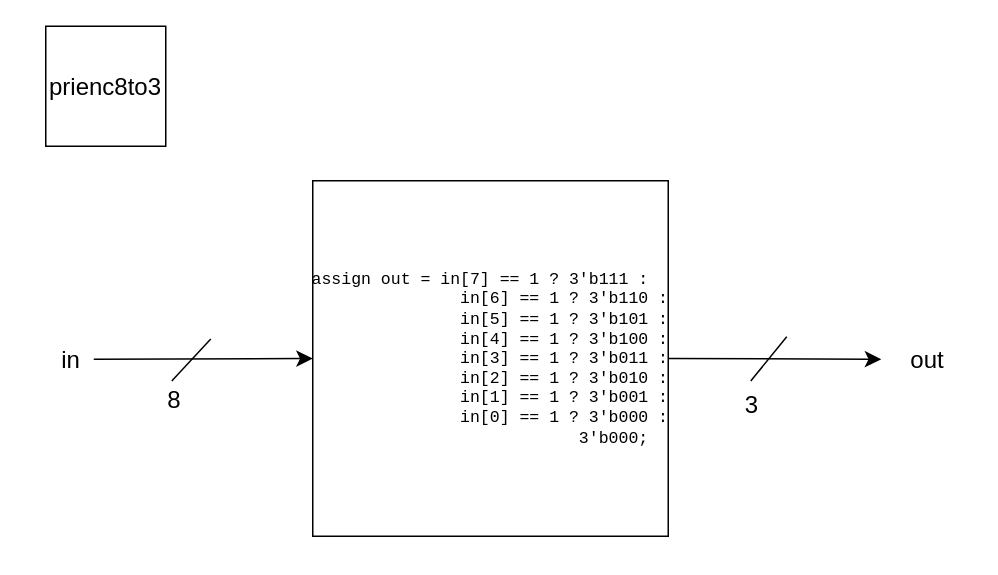
This is page "prienc8to3" (3 of 8) of drummachine.drawio from yasmiins/fpgadm, a draw.io file, before an edit. Source tidied: cells renumbered, new cells numbered last; positions are measured from the earlier drawing's top-left corner, leaving out a move shared by most shapes. Both pictures are drawn from the tidied source at 150%, with x=0, y=0 at pixel (26, 26).
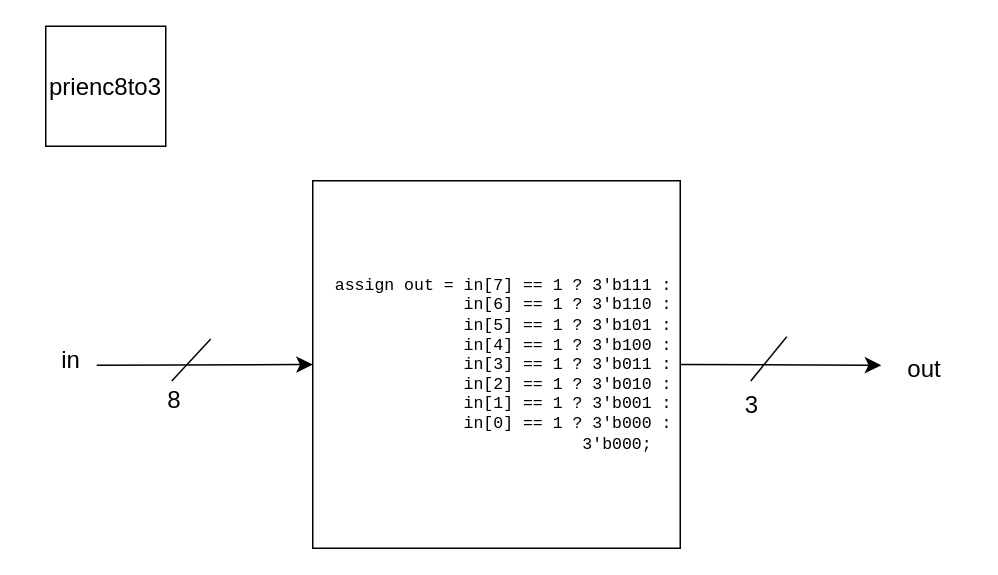
After the change.

What changed in the source:
```diff
@@
 <mxGraphModel>
   <root>
     <mxCell id="0" />
     <mxCell id="1" parent="0" />
     <mxCell id="2" value="prienc8to3" style="whiteSpace=wrap;html=1;fontSize=16;" parent="1" vertex="1">
       <mxGeometry x="13" width="80" height="80" as="geometry" />
     </mxCell>
     <mxCell id="3" style="edgeStyle=none;curved=1;rounded=0;jettySize=auto;html=1;fontSize=12;startSize=8;endSize=8;entryX=0;entryY=0.5;entryDx=0;entryDy=0;" parent="1" edge="1" target="5">
       <mxGeometry relative="1" as="geometry">
-        <mxPoint x="45" y="222" as="sourcePoint" />
+        <mxPoint x="47" y="226" as="sourcePoint" />
       </mxGeometry>
     </mxCell>
     <mxCell id="4" style="edgeStyle=none;curved=1;rounded=0;jettySize=auto;html=1;exitX=1;exitY=0.5;exitDx=0;exitDy=0;fontSize=12;startSize=8;endSize=8;" parent="1" edge="1" source="5">
       <mxGeometry relative="1" as="geometry">
-        <mxPoint x="570" y="222" as="targetPoint" />
+        <mxPoint x="570" y="226" as="targetPoint" />
       </mxGeometry>
     </mxCell>
-    <mxCell id="5" value="&lt;pre style=&quot;text-align: start; font-size: 11px;&quot;&gt;&lt;code&gt;assign out = in[7] == 1 ? 3'b111 :&lt;br&gt;               in[6] == 1 ? 3'b110 :&lt;br&gt;               in[5] == 1 ? 3'b101 :&lt;br&gt;               in[4] == 1 ? 3'b100 :&lt;br&gt;               in[3] == 1 ? 3'b011 :&lt;br&gt;               in[2] == 1 ? 3'b010 :&lt;br&gt;               in[1] == 1 ? 3'b001 :&lt;br&gt;               in[0] == 1 ? 3'b000 :&lt;br&gt;                           3'b000; &lt;/code&gt;&lt;/pre&gt;" style="whiteSpace=wrap;html=1;fontSize=16;" parent="1" vertex="1">
-      <mxGeometry x="191" y="103" width="237" height="237" as="geometry" />
+    <mxCell id="5" value="&lt;pre style=&quot;font-size: 11px;&quot;&gt;&lt;code&gt;  assign out = in[7] == 1 ? 3'b111 :&lt;br&gt;               in[6] == 1 ? 3'b110 :&lt;br&gt;               in[5] == 1 ? 3'b101 :&lt;br&gt;               in[4] == 1 ? 3'b100 :&lt;br&gt;               in[3] == 1 ? 3'b011 :&lt;br&gt;               in[2] == 1 ? 3'b010 :&lt;br&gt;               in[1] == 1 ? 3'b001 :&lt;br&gt;               in[0] == 1 ? 3'b000 :&lt;br&gt;                           3'b000; &lt;/code&gt;&lt;/pre&gt;" style="whiteSpace=wrap;html=1;fontSize=16;align=left;" parent="1" vertex="1">
+      <mxGeometry x="191" y="103" width="245" height="245" as="geometry" />
     </mxCell>
     <mxCell id="6" value="in" style="text;html=1;strokeColor=none;fillColor=none;align=center;verticalAlign=middle;whiteSpace=wrap;rounded=0;fontSize=16;" parent="1" vertex="1">
       <mxGeometry y="206.5" width="60" height="30" as="geometry" />
     </mxCell>
     <mxCell id="7" value="out" style="text;html=1;strokeColor=none;fillColor=none;align=center;verticalAlign=middle;whiteSpace=wrap;rounded=0;fontSize=16;" parent="1" vertex="1">
-      <mxGeometry x="571" y="206.5" width="60" height="30" as="geometry" />
+      <mxGeometry x="569" y="213" width="60" height="30" as="geometry" />
     </mxCell>
     <mxCell id="8" style="endArrow=none;html=1;rounded=0;fontSize=12;startSize=8;endSize=8;curved=1;" parent="1" edge="1">
       <mxGeometry relative="1" as="geometry">
         <mxPoint x="483" y="236.5" as="sourcePoint" />
         <mxPoint x="507" y="207" as="targetPoint" />
       </mxGeometry>
     </mxCell>
     <mxCell id="9" style="endArrow=none;html=1;rounded=0;fontSize=12;startSize=8;endSize=8;curved=1;" parent="1" edge="1">
       <mxGeometry relative="1" as="geometry">
         <mxPoint x="97" y="236.5" as="sourcePoint" />
         <mxPoint x="123" y="208.5" as="targetPoint" />
       </mxGeometry>
     </mxCell>
     <mxCell id="10" value="8" style="text;html=1;strokeColor=none;fillColor=none;align=center;verticalAlign=middle;whiteSpace=wrap;rounded=0;fontSize=16;" parent="1" vertex="1">
       <mxGeometry x="69" y="234" width="60" height="30" as="geometry" />
     </mxCell>
     <mxCell id="11" value="3" style="text;html=1;strokeColor=none;fillColor=none;align=center;verticalAlign=middle;whiteSpace=wrap;rounded=0;fontSize=16;" parent="1" vertex="1">
       <mxGeometry x="454" y="236.5" width="60" height="30" as="geometry" />
     </mxCell>
   </root>
 </mxGraphModel>
```
